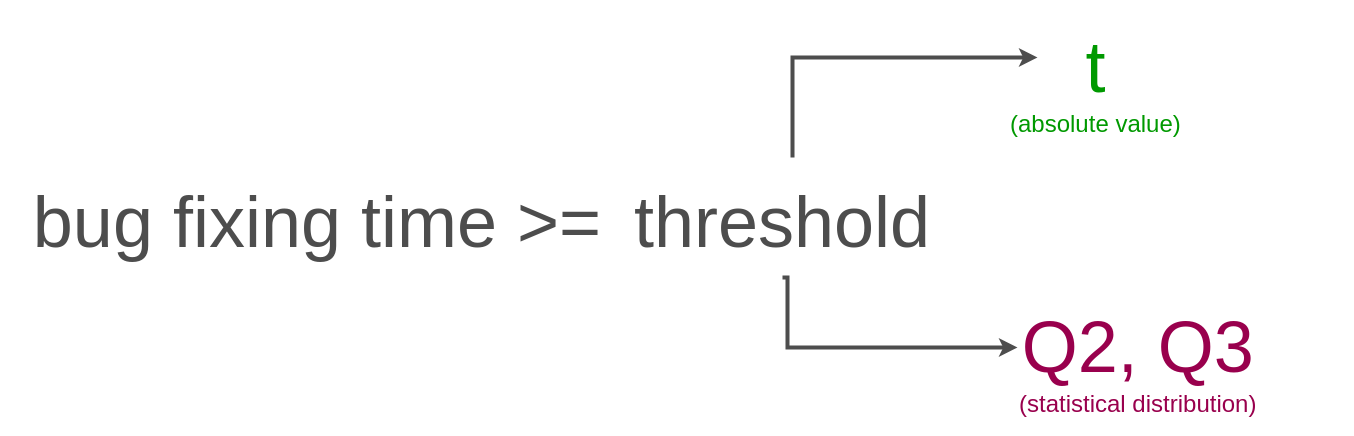
Above: page "goal-2-result-rq1" (7 of 8) of figures/Presentation Figures.drawio in gomesluiz/my-doctoral-presentation (draw.io), before the change. Source tidied: cells renumbered, new cells numbered last; positions are measured from the earlier drawing's top-left corner, leaving out a move shared by most shapes. Both pictures are drawn from the tidied source at 100%, with x=0, y=0 at pixel (17, 17).
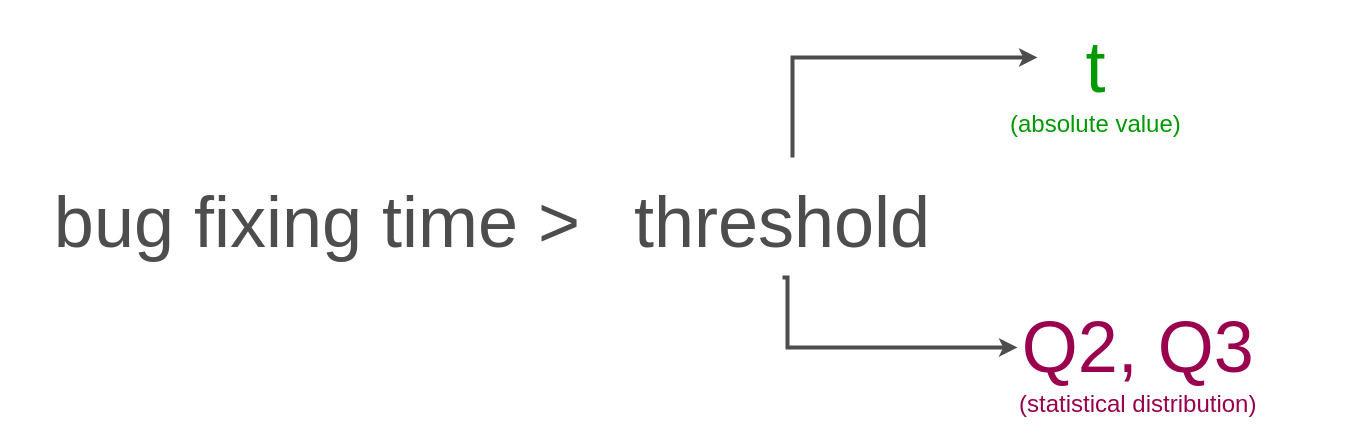
The same page after the edit.

Diff of the diagram source:
```diff
@@
 <mxGraphModel>
   <root>
     <mxCell id="0" />
     <mxCell id="1" parent="0" />
     <mxCell id="2" style="edgeStyle=orthogonalEdgeStyle;rounded=0;jettySize=auto;html=1;fontColor=#4D4D4D;strokeColor=#4D4D4D;strokeWidth=4;" parent="1" edge="1" target="5">
       <mxGeometry relative="1" as="geometry">
         <mxPoint x="765" y="260" as="sourcePoint" />
         <Array as="points">
           <mxPoint x="770" y="330" />
         </Array>
       </mxGeometry>
     </mxCell>
     <mxCell id="3" value="&lt;font style=&quot;font-size: 72px&quot;&gt;threshold&lt;br&gt;&lt;/font&gt;" style="text;html=1;strokeColor=none;fillColor=none;align=center;verticalAlign=middle;whiteSpace=wrap;rounded=0;fontColor=#4D4D4D;" parent="1" vertex="1">
       <mxGeometry x="720" y="170" width="90" height="70" as="geometry" />
     </mxCell>
     <mxCell id="4" value="&lt;div style=&quot;text-align: center&quot;&gt;&lt;span style=&quot;font-size: 72px ; font-family: &amp;quot;helvetica&amp;quot;&quot;&gt;t&lt;/span&gt;&lt;/div&gt;&lt;span style=&quot;font-family: helvetica; font-style: normal; font-weight: 400; letter-spacing: normal; text-indent: 0px; text-transform: none; word-spacing: 0px; background-color: rgb(248, 249, 250); display: inline; float: none;&quot;&gt;&lt;div style=&quot;text-align: center&quot;&gt;&lt;span style=&quot;font-size: 24px&quot;&gt;(absolute value)&lt;/span&gt;&lt;/div&gt;&lt;/span&gt;" style="text;whiteSpace=wrap;html=1;fontColor=#009900;" parent="1" vertex="1">
       <mxGeometry x="991" width="320" height="50" as="geometry" />
     </mxCell>
     <mxCell id="5" value="&lt;div style=&quot;text-align: center&quot;&gt;&lt;font face=&quot;helvetica&quot;&gt;&lt;span style=&quot;font-size: 72px&quot;&gt;Q2, Q3&lt;/span&gt;&lt;/font&gt;&lt;/div&gt;&lt;span style=&quot;font-family: helvetica; font-style: normal; font-weight: 400; letter-spacing: normal; text-indent: 0px; text-transform: none; word-spacing: 0px; background-color: rgb(248, 249, 250); display: inline; float: none;&quot;&gt;&lt;div style=&quot;text-align: center&quot;&gt;&lt;span style=&quot;font-size: 24px&quot;&gt;(statistical distribution)&lt;/span&gt;&lt;/div&gt;&lt;/span&gt;" style="text;whiteSpace=wrap;html=1;fontColor=#99004D;" parent="1" vertex="1">
       <mxGeometry x="1000" y="280" width="320" height="50" as="geometry" />
     </mxCell>
-    <mxCell id="6" value="&lt;font style=&quot;font-size: 72px&quot;&gt;bug fixing time &amp;gt;=&lt;br&gt;&lt;/font&gt;" style="text;html=1;strokeColor=none;fillColor=none;align=center;verticalAlign=middle;whiteSpace=wrap;rounded=0;fontColor=#4D4D4D;" parent="1" vertex="1">
+    <mxCell id="6" value="&lt;font style=&quot;font-size: 72px&quot;&gt;bug fixing time &amp;gt;&lt;br&gt;&lt;/font&gt;" style="text;html=1;strokeColor=none;fillColor=none;align=center;verticalAlign=middle;whiteSpace=wrap;rounded=0;fontColor=#4D4D4D;" parent="1" vertex="1">
       <mxGeometry y="170" width="600" height="70" as="geometry" />
     </mxCell>
     <mxCell id="7" style="edgeStyle=orthogonalEdgeStyle;rounded=0;orthogonalLoop=1;jettySize=auto;html=1;fontColor=#4D4D4D;strokeColor=#4D4D4D;strokeWidth=4;" parent="1" edge="1">
       <mxGeometry relative="1" as="geometry">
         <mxPoint x="775" y="140" as="sourcePoint" />
         <mxPoint x="1020" y="40" as="targetPoint" />
         <Array as="points">
           <mxPoint x="775" y="40" />
         </Array>
       </mxGeometry>
     </mxCell>
   </root>
 </mxGraphModel>
```
